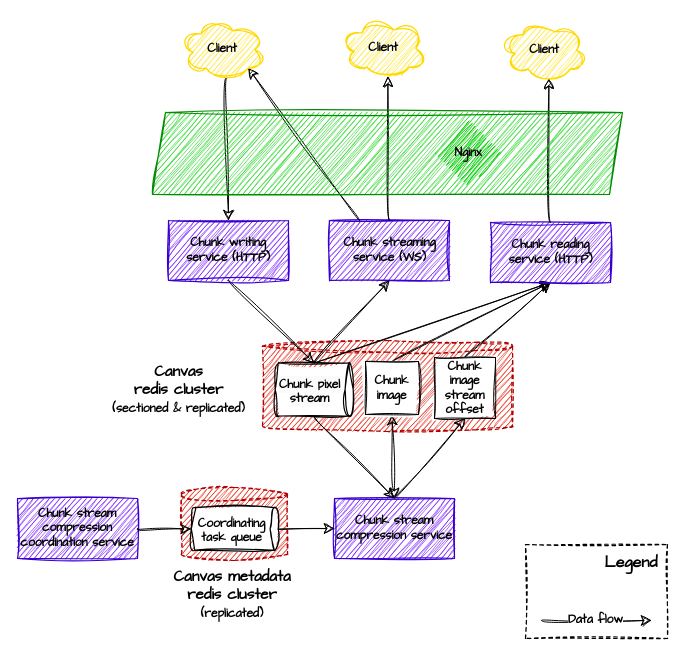
Earlier version of the draw.io diagram docs/system-design/raw.drawio (emptybutton/Pixel-battle-backend). Source tidied: cells renumbered, new cells numbered last; positions are measured from the earlier drawing's top-left corner, leaving out a move shared by most shapes. Both pictures are drawn from the tidied source at 100%, with x=0, y=0 at pixel (17, 17).
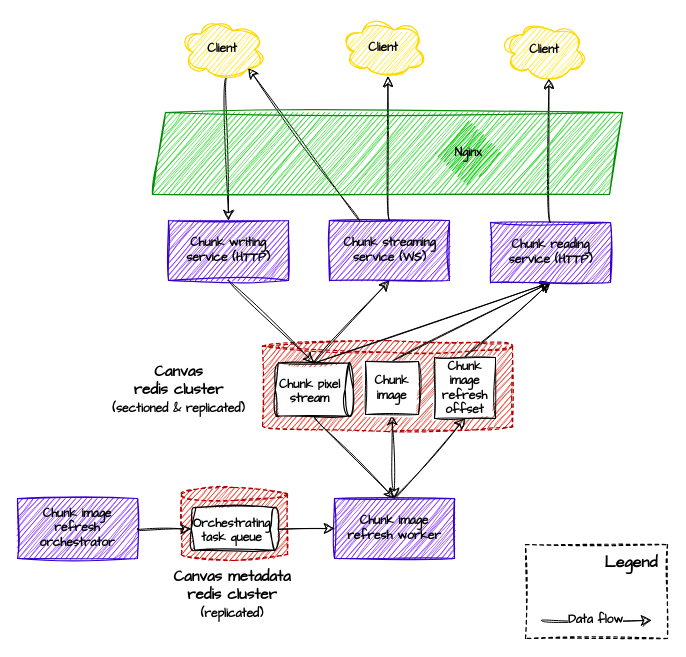
After the change.

Diff of the diagram source:
```diff
@@
-    <mxCell id="10" value="Chunk stream compression&amp;nbsp;&lt;span style=&quot;background-color: initial;&quot;&gt;service&lt;/span&gt;" style="rounded=0;whiteSpace=wrap;html=1;sketch=1;hachureGap=4;jiggle=2;curveFitting=1;fontFamily=Architects Daughter;fillColor=#6a00ff;strokeColor=#3700CC;align=center;verticalAlign=middle;fontSize=12;fontColor=#000000;fontStyle=1;strokeWidth=1.2;" parent="1" vertex="1">
+    <mxCell id="10" value="Chunk image&lt;br&gt;&lt;div&gt;&lt;span style=&quot;background-color: transparent; color: light-dark(rgb(0, 0, 0), rgb(237, 237, 237));&quot;&gt;refresh&lt;/span&gt;&lt;span style=&quot;background-color: transparent; color: light-dark(rgb(0, 0, 0), rgb(237, 237, 237));&quot;&gt;&amp;nbsp;&lt;/span&gt;&lt;span style=&quot;background-color: initial; color: light-dark(rgb(0, 0, 0), rgb(237, 237, 237));&quot;&gt;worker&lt;/span&gt;&lt;/div&gt;" style="rounded=0;whiteSpace=wrap;html=1;sketch=1;hachureGap=4;jiggle=2;curveFitting=1;fontFamily=Architects Daughter;fillColor=#6a00ff;strokeColor=#3700CC;align=center;verticalAlign=middle;fontSize=12;fontColor=#000000;fontStyle=1;strokeWidth=1.2;" parent="1" vertex="1">
       <mxGeometry x="317" y="481" width="120" height="60" as="geometry" />
     </mxCell>
@@
-    <mxCell id="19" value="Chunk image&lt;div&gt;stream offset&lt;/div&gt;" style="whiteSpace=wrap;html=1;sketch=1;hachureGap=4;jiggle=2;curveFitting=1;fontFamily=Architects Daughter;fontStyle=1;" parent="1" vertex="1">
+    <mxCell id="19" value="Chunk image&lt;br&gt;&lt;div&gt;&lt;span style=&quot;background-color: transparent; color: light-dark(rgb(0, 0, 0), rgb(237, 237, 237));&quot;&gt;refresh&lt;/span&gt;&lt;/div&gt;&lt;div&gt;offset&lt;/div&gt;" style="whiteSpace=wrap;html=1;sketch=1;hachureGap=4;jiggle=2;curveFitting=1;fontFamily=Architects Daughter;fontStyle=1;" parent="1" vertex="1">
       <mxGeometry x="417" y="340" width="61" height="61" as="geometry" />
     </mxCell>
@@
-    <mxCell id="34" value="Coordinating task queue" style="text;whiteSpace=wrap;html=1;fontFamily=Architects Daughter;align=center;fontStyle=1;" parent="1" vertex="1">
+    <mxCell id="34" value="Orchestrating task queue" style="text;whiteSpace=wrap;html=1;fontFamily=Architects Daughter;align=center;fontStyle=1;" parent="1" vertex="1">
       <mxGeometry x="181" y="493" width="67" height="28" as="geometry" />
     </mxCell>
@@
-    <mxCell id="39" value="Chunk stream compression coordination service" style="rounded=0;whiteSpace=wrap;html=1;sketch=1;hachureGap=4;jiggle=2;curveFitting=1;fontFamily=Architects Daughter;fillColor=#6a00ff;strokeColor=#3700CC;align=center;verticalAlign=middle;fontSize=12;fontColor=#000000;fontStyle=1;strokeWidth=1.2;" parent="1" vertex="1">
+    <mxCell id="39" value="Chunk image refresh orchestrator" style="rounded=0;whiteSpace=wrap;html=1;sketch=1;hachureGap=4;jiggle=2;curveFitting=1;fontFamily=Architects Daughter;fillColor=#6a00ff;strokeColor=#3700CC;align=center;verticalAlign=middle;fontSize=12;fontColor=#000000;fontStyle=1;strokeWidth=1.2;" parent="1" vertex="1">
       <mxGeometry y="481" width="120" height="60" as="geometry" />
     </mxCell>
```
